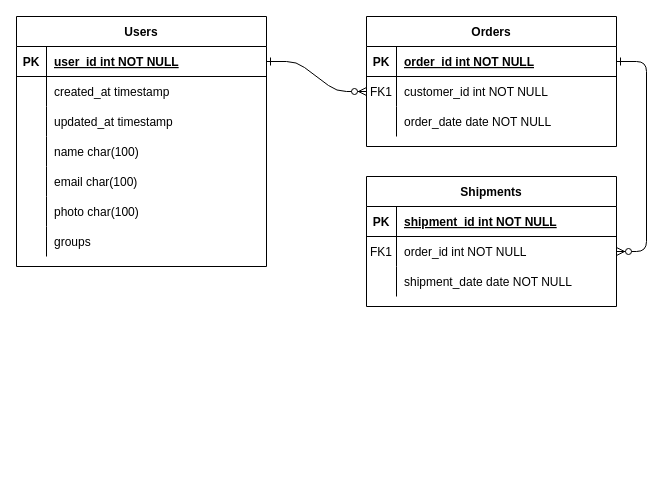
Above: ERD.drawio in luth-fi02/drawio (draw.io), before the change. Source tidied: cells renumbered, new cells numbered last; positions are measured from the earlier drawing's top-left corner, leaving out a move shared by most shapes. Both pictures are drawn from the tidied source at 100%, with x=0, y=0 at pixel (16, 16).
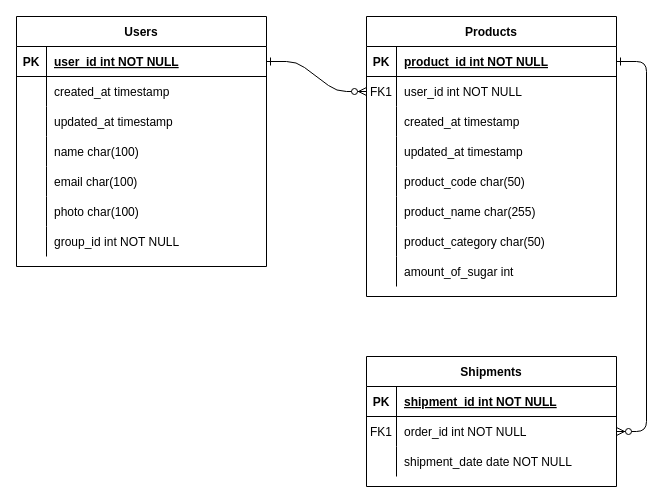
After the change.

Commit message:
update products table

Unchanged cells that the change refers to:
```xml
<mxCell id="5" style="shape=partialRectangle;fillColor=none;points=[[0,0.5],[1,0.5]];portConstraint=eastwest;top=0;left=0;right=0;bottom=1;" parent="4" vertex="1">
  <mxGeometry y="30" width="250" height="30" as="geometry" />
</mxCell>
<mxCell id="8" style="shape=partialRectangle;fillColor=none;points=[[0,0.5],[1,0.5]];portConstraint=eastwest;top=0;left=0;right=0;bottom=0;" parent="4" vertex="1">
  <mxGeometry y="60" width="250" height="30" as="geometry" />
</mxCell>
<mxCell id="11" style="shape=partialRectangle;fillColor=none;top=0;left=0;right=0;bottom=0;" parent="4" vertex="1">
  <mxGeometry y="90" width="250" height="30" as="geometry" />
</mxCell>
<mxCell id="43" style="shape=partialRectangle;fillColor=none;top=0;left=0;right=0;bottom=0;" parent="24" vertex="1">
  <mxGeometry y="210" width="250" height="30" as="geometry" />
</mxCell>
```

The edit, as a diff of the source:
```diff
@@
-    <mxCell id="4" value="Orders" style="shape=table;startSize=30;childLayout=tableLayout;rowLines=0;fontStyle=1;align=center;" parent="1" vertex="1">
-      <mxGeometry x="350" width="250" height="130" as="geometry" />
+    <mxCell id="4" value="Products" style="shape=table;startSize=30;childLayout=tableLayout;rowLines=0;fontStyle=1;align=center;" parent="1" vertex="1">
+      <mxGeometry x="350" width="250" height="280" as="geometry" />
     </mxCell>
@@
-    <mxCell id="7" value="order_id int NOT NULL " style="shape=partialRectangle;overflow=hidden;fillColor=none;top=0;left=0;bottom=0;right=0;align=left;spacingLeft=6;fontStyle=5;" parent="5" vertex="1">
+    <mxCell id="7" value="product_id int NOT NULL " style="shape=partialRectangle;overflow=hidden;fillColor=none;top=0;left=0;bottom=0;right=0;align=left;spacingLeft=6;fontStyle=5;" parent="5" vertex="1">
       <mxGeometry x="30" width="220" height="30" as="geometry" />
     </mxCell>
@@
-    <mxCell id="10" value="customer_id int NOT NULL" style="shape=partialRectangle;overflow=hidden;fillColor=none;top=0;left=0;bottom=0;right=0;align=left;spacingLeft=6;" parent="8" vertex="1">
+    <mxCell id="10" value="user_id int NOT NULL" style="shape=partialRectangle;overflow=hidden;fillColor=none;top=0;left=0;bottom=0;right=0;align=left;spacingLeft=6;" parent="8" vertex="1">
       <mxGeometry x="30" width="220" height="30" as="geometry" />
     </mxCell>
@@
-    <mxCell id="13" value="order_date date NOT NULL" style="shape=partialRectangle;overflow=hidden;fillColor=none;top=0;left=0;bottom=0;right=0;align=left;spacingLeft=6;" parent="11" vertex="1">
+    <mxCell id="13" value="created_at timestamp" style="shape=partialRectangle;overflow=hidden;fillColor=none;top=0;left=0;bottom=0;right=0;align=left;spacingLeft=6;" parent="11" vertex="1">
       <mxGeometry x="30" width="220" height="30" as="geometry" />
     </mxCell>
+    <mxCell id="46" style="shape=partialRectangle;fillColor=none;top=0;left=0;right=0;bottom=0;" parent="4" vertex="1">
+      <mxGeometry y="120" width="250" height="30" as="geometry" />
+    </mxCell>
+    <mxCell id="47" style="shape=partialRectangle;overflow=hidden;fillColor=none;top=0;left=0;bottom=0;right=0;" parent="46" vertex="1">
+      <mxGeometry width="30" height="30" as="geometry" />
+    </mxCell>
+    <mxCell id="48" value="updated_at timestamp" style="shape=partialRectangle;overflow=hidden;fillColor=none;top=0;left=0;bottom=0;right=0;align=left;spacingLeft=6;" parent="46" vertex="1">
+      <mxGeometry x="30" width="220" height="30" as="geometry" />
+    </mxCell>
+    <mxCell id="49" style="shape=partialRectangle;fillColor=none;top=0;left=0;right=0;bottom=0;" parent="4" vertex="1">
+      <mxGeometry y="150" width="250" height="30" as="geometry" />
+    </mxCell>
+    <mxCell id="50" style="shape=partialRectangle;overflow=hidden;fillColor=none;top=0;left=0;bottom=0;right=0;" parent="49" vertex="1">
+      <mxGeometry width="30" height="30" as="geometry" />
+    </mxCell>
+    <mxCell id="51" value="product_code char(50)" style="shape=partialRectangle;overflow=hidden;fillColor=none;top=0;left=0;bottom=0;right=0;align=left;spacingLeft=6;" parent="49" vertex="1">
+      <mxGeometry x="30" width="220" height="30" as="geometry" />
+    </mxCell>
+    <mxCell id="52" style="shape=partialRectangle;fillColor=none;top=0;left=0;right=0;bottom=0;" parent="4" vertex="1">
+      <mxGeometry y="180" width="250" height="30" as="geometry" />
+    </mxCell>
+    <mxCell id="53" style="shape=partialRectangle;overflow=hidden;fillColor=none;top=0;left=0;bottom=0;right=0;" parent="52" vertex="1">
+      <mxGeometry width="30" height="30" as="geometry" />
+    </mxCell>
+    <mxCell id="54" value="product_name char(255)" style="shape=partialRectangle;overflow=hidden;fillColor=none;top=0;left=0;bottom=0;right=0;align=left;spacingLeft=6;" parent="52" vertex="1">
+      <mxGeometry x="30" width="220" height="30" as="geometry" />
+    </mxCell>
+    <mxCell id="55" style="shape=partialRectangle;fillColor=none;top=0;left=0;right=0;bottom=0;" parent="4" vertex="1">
+      <mxGeometry y="210" width="250" height="30" as="geometry" />
+    </mxCell>
+    <mxCell id="56" style="shape=partialRectangle;overflow=hidden;fillColor=none;top=0;left=0;bottom=0;right=0;" parent="55" vertex="1">
+      <mxGeometry width="30" height="30" as="geometry" />
+    </mxCell>
+    <mxCell id="57" value="product_category char(50)" style="shape=partialRectangle;overflow=hidden;fillColor=none;top=0;left=0;bottom=0;right=0;align=left;spacingLeft=6;" parent="55" vertex="1">
+      <mxGeometry x="30" width="220" height="30" as="geometry" />
+    </mxCell>
+    <mxCell id="58" style="shape=partialRectangle;fillColor=none;top=0;left=0;right=0;bottom=0;" parent="4" vertex="1">
+      <mxGeometry y="240" width="250" height="30" as="geometry" />
+    </mxCell>
+    <mxCell id="59" style="shape=partialRectangle;overflow=hidden;fillColor=none;top=0;left=0;bottom=0;right=0;" parent="58" vertex="1">
+      <mxGeometry width="30" height="30" as="geometry" />
+    </mxCell>
+    <mxCell id="60" value="amount_of_sugar int" style="shape=partialRectangle;overflow=hidden;fillColor=none;top=0;left=0;bottom=0;right=0;align=left;spacingLeft=6;" parent="58" vertex="1">
+      <mxGeometry x="30" width="220" height="30" as="geometry" />
+    </mxCell>
     <mxCell id="14" value="Shipments" style="shape=table;startSize=30;childLayout=tableLayout;rowLines=0;fontStyle=1;align=center;" parent="1" vertex="1">
-      <mxGeometry x="350" y="160" width="250" height="130" as="geometry" />
+      <mxGeometry x="350" y="340" width="250" height="130" as="geometry" />
     </mxCell>
@@
-    <mxCell id="45" value="groups" style="shape=partialRectangle;overflow=hidden;fillColor=none;top=0;left=0;bottom=0;right=0;align=left;spacingLeft=6;" parent="43" vertex="1">
+    <mxCell id="45" value="group_id int NOT NULL" style="shape=partialRectangle;overflow=hidden;fillColor=none;top=0;left=0;bottom=0;right=0;align=left;spacingLeft=6;" parent="43" vertex="1">
       <mxGeometry x="30" width="220" height="30" as="geometry" />
     </mxCell>
```
